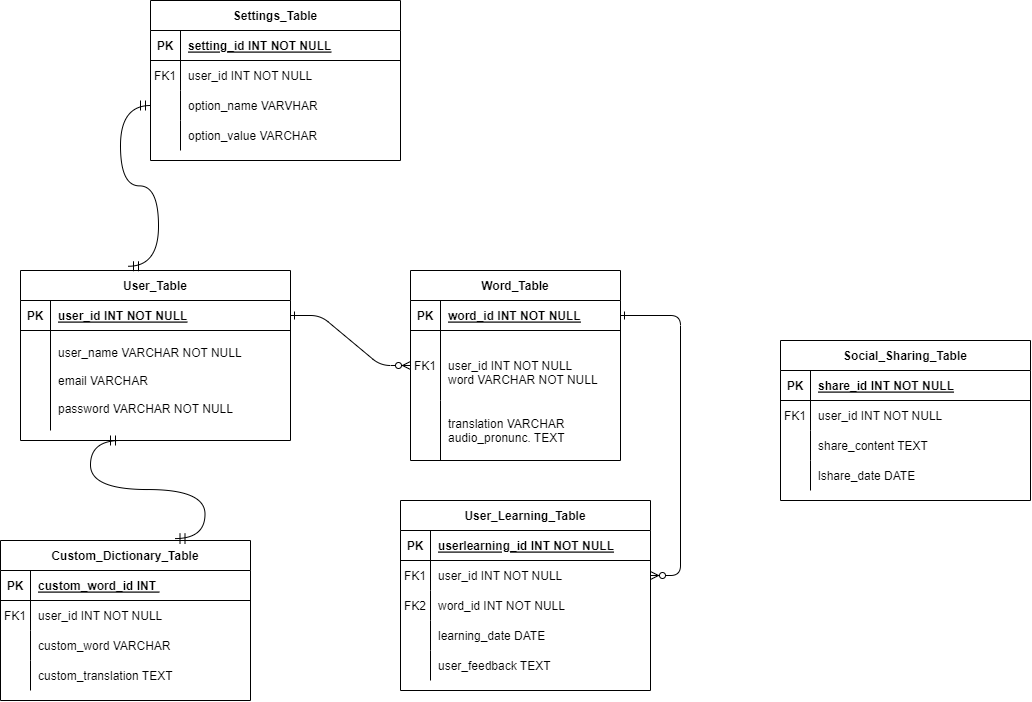
Before: database.drawio.png, a diagram exported from draw.io (xiangxiang3451/Qt_myApplication). Source tidied: cells renumbered, new cells last; positions are measured from the earlier drawing's top-left corner, leaving out a move shared by most shapes.
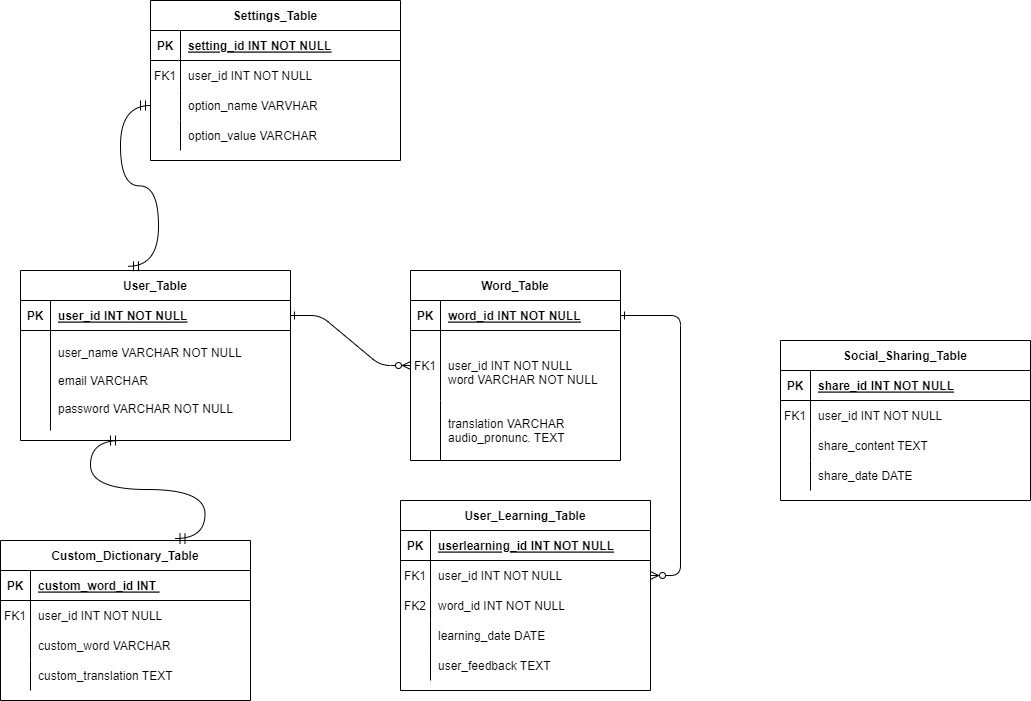
The same diagram one commit later.

What changed in the source:
```diff
@@ -233,7 +233,7 @@
     <mxCell id="76" style="shape=partialRectangle;overflow=hidden;fillColor=none;top=0;left=0;bottom=0;right=0;" parent="75" vertex="1">
       <mxGeometry width="30" height="30" as="geometry" />
     </mxCell>
-    <mxCell id="77" value="lshare_date DATE " style="shape=partialRectangle;overflow=hidden;fillColor=none;top=0;left=0;bottom=0;right=0;align=left;spacingLeft=6;" parent="75" vertex="1">
+    <mxCell id="77" value="share_date DATE " style="shape=partialRectangle;overflow=hidden;fillColor=none;top=0;left=0;bottom=0;right=0;align=left;spacingLeft=6;" parent="75" vertex="1">
       <mxGeometry x="30" width="220" height="30" as="geometry" />
     </mxCell>
   </root>
```
